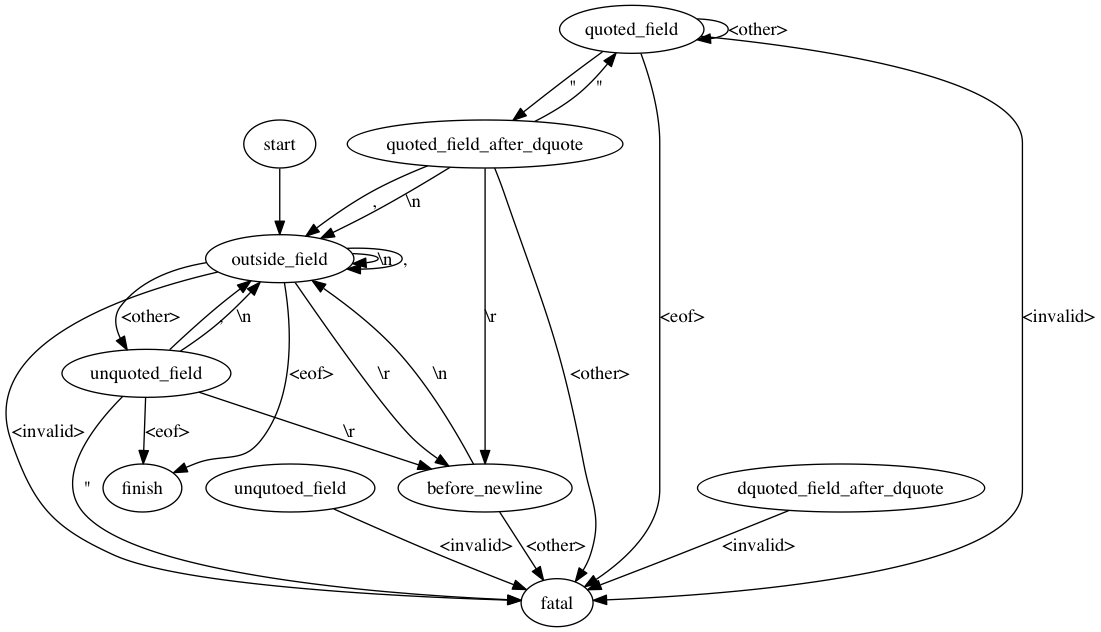
Earlier version of the Graphviz export src/fast-csv-to-tsv/state.png (clarkgrubb/data-tools). Its source is kept beside it as src/fast-csv-to-tsv/state.dot.
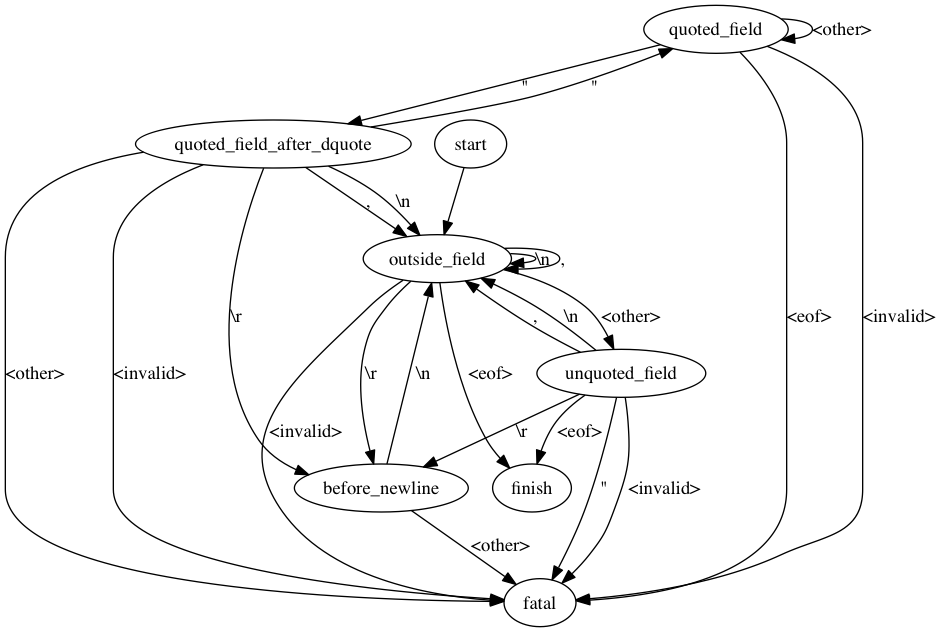
The same file after the commit.

Commit message:
update fast-csv-to-tsv design

The edit, as a diff of the source:
```diff
@@ -13,7 +13,7 @@
         unquoted_field -> before_newline [label="\\r"];
         unquoted_field -> finish [label="<eof>"];
         unquoted_field -> fatal [label="\""];
-        unqutoed_field -> fatal [label="<invalid>"];
+        unquoted_field -> fatal [label="<invalid>"];
 
         quoted_field -> quoted_field [label="<other>"];
         quoted_field -> quoted_field_after_dquote [label="\""];
@@ -25,7 +25,7 @@
         quoted_field_after_dquote -> outside_field [label="\\n"];
         quoted_field_after_dquote -> before_newline [label="\\r"];
         quoted_field_after_dquote -> fatal [label="<other>"];
-        dquoted_field_after_dquote -> fatal [label="<invalid>"];
+        quoted_field_after_dquote -> fatal [label="<invalid>"];
 
         before_newline -> outside_field [label="\\n"];
         before_newline -> fatal [label="<other>"];
```
